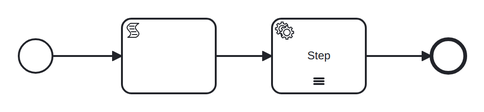
This is conformance/catalog/diagrams/multi-instance-sequential.png from pblumer/atlas, a BPMN export, as it was before one commit. Its source is kept beside it as conformance/models/multi-instance-sequential.bpmn. Ids are renumbered. Its diagram source:
```xml
<!--
  Conformance micro-fixture: a sequential multi-instance activity.

  Start -> script "seed" (items = [1, 2, 3]) -> sequential multi-instance service
  task "step" -> End. A sequential multi-instance runs its iterations one at a
  time: only one job is ever active, so the driver completes them one after
  another with Complete("step") x3 — the very fact that each Complete resolves a
  single job (never an ambiguous set) is the sequential property. Contrast the
  parallel multi-instance, which activates every iteration's work at once.
-->
<definitions xmlns="http://www.omg.org/spec/BPMN/20100524/MODEL"
             xmlns:bpmndi="http://www.omg.org/spec/BPMN/20100524/DI"
             xmlns:dc="http://www.omg.org/spec/DD/20100524/DC"
             xmlns:di="http://www.omg.org/spec/DD/20100524/DI"
             xmlns:zeebe="http://camunda.org/schema/zeebe/1.0"
             id="defs_multi_instance_sequential" targetNamespace="http://atlas/conformance">
  <process id="multi-instance-sequential" name="Multi-instance (sequential)" isExecutable="true">
    <startEvent id="start"/>
    <scriptTask id="seed">
      <extensionElements>
        <zeebe:script expression="= [1, 2, 3]" resultVariable="items"/>
      </extensionElements>
    </scriptTask>
    <serviceTask id="step" name="Step">
      <extensionElements>
        <zeebe:taskDefinition type="mistep" retries="3"/>
      </extensionElements>
      <multiInstanceLoopCharacteristics isSequential="true">
        <extensionElements>
          <zeebe:loopCharacteristics inputCollection="=items" inputElement="item"/>
        </extensionElements>
      </multiInstanceLoopCharacteristics>
    </serviceTask>
    <endEvent id="end"/>
    <sequenceFlow id="f1" sourceRef="start" targetRef="seed"/>
    <sequenceFlow id="f2" sourceRef="seed" targetRef="step"/>
    <sequenceFlow id="f3" sourceRef="step" targetRef="end"/>
  </process>
  <bpmndi:BPMNDiagram id="diagram">
    <bpmndi:BPMNPlane id="plane" bpmnElement="multi-instance-sequential">
      <bpmndi:BPMNShape id="di_start" bpmnElement="start"><dc:Bounds x="160" y="182" width="36" height="36"/></bpmndi:BPMNShape>
      <bpmndi:BPMNShape id="di_seed" bpmnElement="seed"><dc:Bounds x="270" y="160" width="100" height="80"/></bpmndi:BPMNShape>
      <bpmndi:BPMNShape id="di_step" bpmnElement="step"><dc:Bounds x="430" y="160" width="100" height="80"/></bpmndi:BPMNShape>
      <bpmndi:BPMNShape id="di_end" bpmnElement="end"><dc:Bounds x="600" y="182" width="36" height="36"/></bpmndi:BPMNShape>
      <bpmndi:BPMNEdge id="di_f1" bpmnElement="f1"><di:waypoint x="196" y="200"/><di:waypoint x="270" y="200"/></bpmndi:BPMNEdge>
      <bpmndi:BPMNEdge id="di_f2" bpmnElement="f2"><di:waypoint x="370" y="200"/><di:waypoint x="430" y="200"/></bpmndi:BPMNEdge>
      <bpmndi:BPMNEdge id="di_f3" bpmnElement="f3"><di:waypoint x="530" y="200"/><di:waypoint x="600" y="200"/></bpmndi:BPMNEdge>
    </bpmndi:BPMNPlane>
  </bpmndi:BPMNDiagram>
</definitions>
```
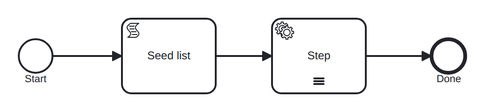
The same diagram one commit later.

The edit, as a diff of the source:
```diff
@@ -15,8 +15,8 @@
              xmlns:zeebe="http://camunda.org/schema/zeebe/1.0"
              id="defs_multi_instance_sequential" targetNamespace="http://atlas/conformance">
   <process id="multi-instance-sequential" name="Multi-instance (sequential)" isExecutable="true">
-    <startEvent id="start"/>
-    <scriptTask id="seed">
+    <startEvent id="start" name="Start"/>
+    <scriptTask id="seed" name="Seed list">
       <extensionElements>
         <zeebe:script expression="= [1, 2, 3]" resultVariable="items"/>
       </extensionElements>
@@ -31,7 +31,7 @@
         </extensionElements>
       </multiInstanceLoopCharacteristics>
     </serviceTask>
-    <endEvent id="end"/>
+    <endEvent id="end" name="Done"/>
     <sequenceFlow id="f1" sourceRef="start" targetRef="seed"/>
     <sequenceFlow id="f2" sourceRef="seed" targetRef="step"/>
     <sequenceFlow id="f3" sourceRef="step" targetRef="end"/>
```
